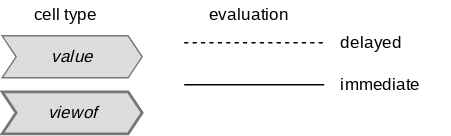
This is images/observable-legend.svg from ijlyttle/reactivity-three-ways-book, a draw.io export, as it was before one commit. Source tidied: cells renumbered, new cells last; positions are measured from the earlier drawing's top-left corner, leaving out a move shared by most shapes. Source of this version:
```xml
<mxGraphModel>
  <root>
    <mxCell id="0" />
    <mxCell id="1" parent="0" />
    <mxCell id="2" value="&lt;font face=&quot;Roboto Mono&quot;&gt;&lt;i&gt;value&lt;/i&gt;&lt;br&gt;&lt;/font&gt;" style="html=1;shadow=0;dashed=0;align=center;verticalAlign=middle;shape=mxgraph.arrows2.arrow;dy=0;dx=10;notch=10;strokeColor=#777777;fillColor=#dddddd;rounded=1;spacingLeft=7;spacingRight=7;" parent="1" vertex="1">
      <mxGeometry y="25" width="100" height="30" as="geometry" />
    </mxCell>
    <mxCell id="3" value="&lt;font face=&quot;Roboto Mono&quot;&gt;&lt;i&gt;viewof&lt;/i&gt;&lt;br&gt;&lt;/font&gt;" style="html=1;shadow=0;dashed=0;align=center;verticalAlign=middle;shape=mxgraph.arrows2.arrow;dy=0;dx=10;notch=10;strokeColor=#777777;fillColor=#dddddd;rounded=1;spacingLeft=7;spacingRight=7;strokeWidth=2;" parent="1" vertex="1">
      <mxGeometry y="65" width="100" height="30" as="geometry" />
    </mxCell>
    <mxCell id="4" style="edgeStyle=orthogonalEdgeStyle;rounded=1;orthogonalLoop=1;jettySize=auto;html=1;exitX=1;exitY=0.5;exitDx=0;exitDy=0;exitPerimeter=0;fontFamily=Roboto Mono;fontSource=https%3A%2F%2Ffonts.googleapis.com%2Fcss%3Ffamily%3DRoboto%2BMono;endArrow=none;endFill=0;dashed=1;" parent="1" edge="1">
      <mxGeometry relative="1" as="geometry">
        <mxPoint x="130" y="30" as="sourcePoint" />
        <mxPoint x="230" y="30" as="targetPoint" />
      </mxGeometry>
    </mxCell>
    <mxCell id="5" value="cell type" style="text;html=1;align=center;verticalAlign=middle;strokeColor=none;fillColor=none;fontFamily=Roboto Mono;" parent="1" vertex="1">
      <mxGeometry x="5" width="80" height="20" as="geometry" />
    </mxCell>
    <mxCell id="6" value="evaluation" style="text;html=1;align=center;verticalAlign=middle;strokeColor=none;fillColor=none;fontFamily=Roboto Mono;" parent="1" vertex="1">
      <mxGeometry x="133" width="85" height="20" as="geometry" />
    </mxCell>
    <mxCell id="7" style="edgeStyle=orthogonalEdgeStyle;rounded=1;orthogonalLoop=1;jettySize=auto;html=1;exitX=1;exitY=0.5;exitDx=0;exitDy=0;exitPerimeter=0;fontFamily=Roboto Mono;fontSource=https%3A%2F%2Ffonts.googleapis.com%2Fcss%3Ffamily%3DRoboto%2BMono;endArrow=none;endFill=0;" parent="1" edge="1">
      <mxGeometry relative="1" as="geometry">
        <mxPoint x="130" y="60" as="sourcePoint" />
        <mxPoint x="230" y="60" as="targetPoint" />
      </mxGeometry>
    </mxCell>
    <mxCell id="8" value="delayed" style="text;html=1;align=left;verticalAlign=middle;strokeColor=none;fillColor=none;fontFamily=Roboto Mono;" parent="1" vertex="1">
      <mxGeometry x="240" y="20" width="65" height="20" as="geometry" />
    </mxCell>
    <mxCell id="9" value="immediate" style="text;html=1;align=left;verticalAlign=middle;strokeColor=none;fillColor=none;fontFamily=Roboto Mono;" parent="1" vertex="1">
      <mxGeometry x="240" y="50" width="80" height="20" as="geometry" />
    </mxCell>
  </root>
</mxGraphModel>
```
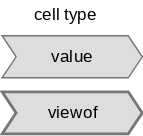
Later version of the same file.

The edit, as a diff of the source:
```diff
@@ -2,35 +2,14 @@
   <root>
     <mxCell id="0" />
     <mxCell id="1" parent="0" />
-    <mxCell id="2" value="&lt;font face=&quot;Roboto Mono&quot;&gt;&lt;i&gt;value&lt;/i&gt;&lt;br&gt;&lt;/font&gt;" style="html=1;shadow=0;dashed=0;align=center;verticalAlign=middle;shape=mxgraph.arrows2.arrow;dy=0;dx=10;notch=10;strokeColor=#777777;fillColor=#dddddd;rounded=1;spacingLeft=7;spacingRight=7;" parent="1" vertex="1">
+    <mxCell id="2" value="&lt;font face=&quot;Roboto Mono&quot;&gt;value&lt;br&gt;&lt;/font&gt;" style="html=1;shadow=0;dashed=0;align=center;verticalAlign=middle;shape=mxgraph.arrows2.arrow;dy=0;dx=10;notch=10;strokeColor=#777777;fillColor=#dddddd;rounded=1;spacingLeft=7;spacingRight=7;" parent="1" vertex="1">
       <mxGeometry y="25" width="100" height="30" as="geometry" />
     </mxCell>
-    <mxCell id="3" value="&lt;font face=&quot;Roboto Mono&quot;&gt;&lt;i&gt;viewof&lt;/i&gt;&lt;br&gt;&lt;/font&gt;" style="html=1;shadow=0;dashed=0;align=center;verticalAlign=middle;shape=mxgraph.arrows2.arrow;dy=0;dx=10;notch=10;strokeColor=#777777;fillColor=#dddddd;rounded=1;spacingLeft=7;spacingRight=7;strokeWidth=2;" parent="1" vertex="1">
+    <mxCell id="3" value="&lt;font face=&quot;Roboto Mono&quot;&gt;viewof&lt;br&gt;&lt;/font&gt;" style="html=1;shadow=0;dashed=0;align=center;verticalAlign=middle;shape=mxgraph.arrows2.arrow;dy=0;dx=10;notch=10;strokeColor=#777777;fillColor=#dddddd;rounded=1;spacingLeft=7;spacingRight=7;strokeWidth=2;" parent="1" vertex="1">
       <mxGeometry y="65" width="100" height="30" as="geometry" />
     </mxCell>
-    <mxCell id="4" style="edgeStyle=orthogonalEdgeStyle;rounded=1;orthogonalLoop=1;jettySize=auto;html=1;exitX=1;exitY=0.5;exitDx=0;exitDy=0;exitPerimeter=0;fontFamily=Roboto Mono;fontSource=https%3A%2F%2Ffonts.googleapis.com%2Fcss%3Ffamily%3DRoboto%2BMono;endArrow=none;endFill=0;dashed=1;" parent="1" edge="1">
-      <mxGeometry relative="1" as="geometry">
-        <mxPoint x="130" y="30" as="sourcePoint" />
-        <mxPoint x="230" y="30" as="targetPoint" />
-      </mxGeometry>
-    </mxCell>
     <mxCell id="5" value="cell type" style="text;html=1;align=center;verticalAlign=middle;strokeColor=none;fillColor=none;fontFamily=Roboto Mono;" parent="1" vertex="1">
       <mxGeometry x="5" width="80" height="20" as="geometry" />
     </mxCell>
-    <mxCell id="6" value="evaluation" style="text;html=1;align=center;verticalAlign=middle;strokeColor=none;fillColor=none;fontFamily=Roboto Mono;" parent="1" vertex="1">
-      <mxGeometry x="133" width="85" height="20" as="geometry" />
-    </mxCell>
-    <mxCell id="7" style="edgeStyle=orthogonalEdgeStyle;rounded=1;orthogonalLoop=1;jettySize=auto;html=1;exitX=1;exitY=0.5;exitDx=0;exitDy=0;exitPerimeter=0;fontFamily=Roboto Mono;fontSource=https%3A%2F%2Ffonts.googleapis.com%2Fcss%3Ffamily%3DRoboto%2BMono;endArrow=none;endFill=0;" parent="1" edge="1">
-      <mxGeometry relative="1" as="geometry">
-        <mxPoint x="130" y="60" as="sourcePoint" />
-        <mxPoint x="230" y="60" as="targetPoint" />
-      </mxGeometry>
-    </mxCell>
-    <mxCell id="8" value="delayed" style="text;html=1;align=left;verticalAlign=middle;strokeColor=none;fillColor=none;fontFamily=Roboto Mono;" parent="1" vertex="1">
-      <mxGeometry x="240" y="20" width="65" height="20" as="geometry" />
-    </mxCell>
-    <mxCell id="9" value="immediate" style="text;html=1;align=left;verticalAlign=middle;strokeColor=none;fillColor=none;fontFamily=Roboto Mono;" parent="1" vertex="1">
-      <mxGeometry x="240" y="50" width="80" height="20" as="geometry" />
-    </mxCell>
   </root>
 </mxGraphModel>
```
